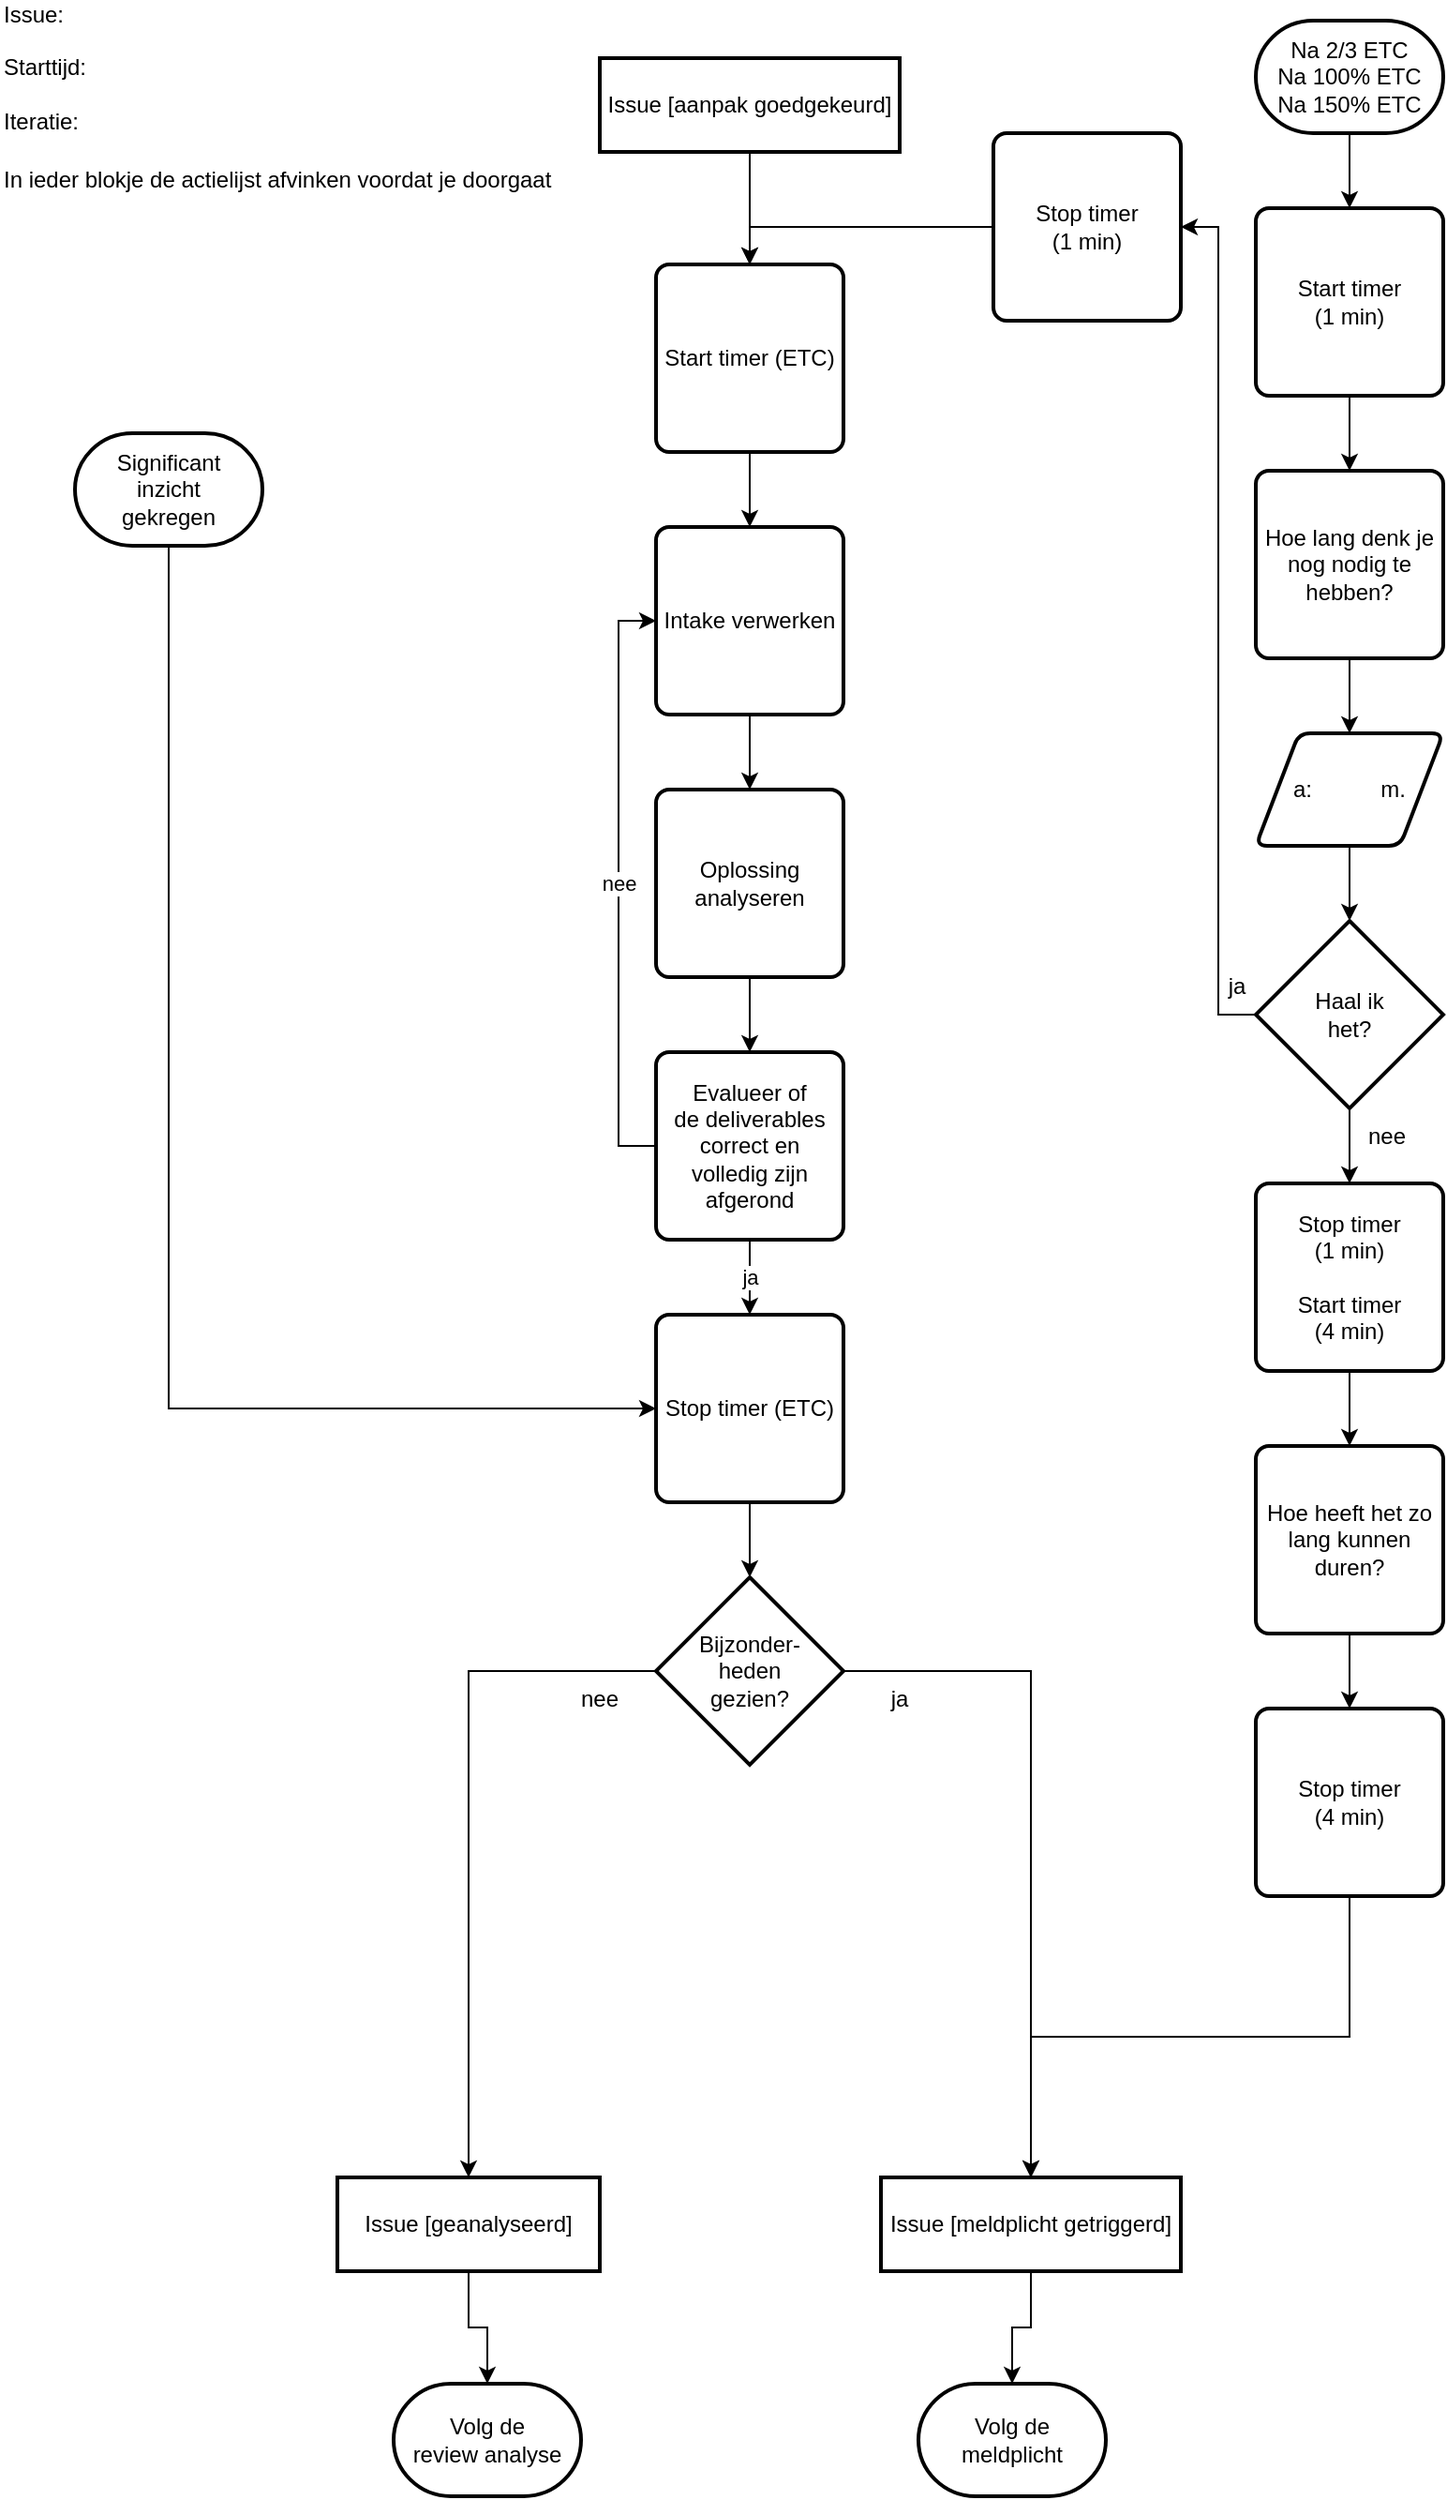
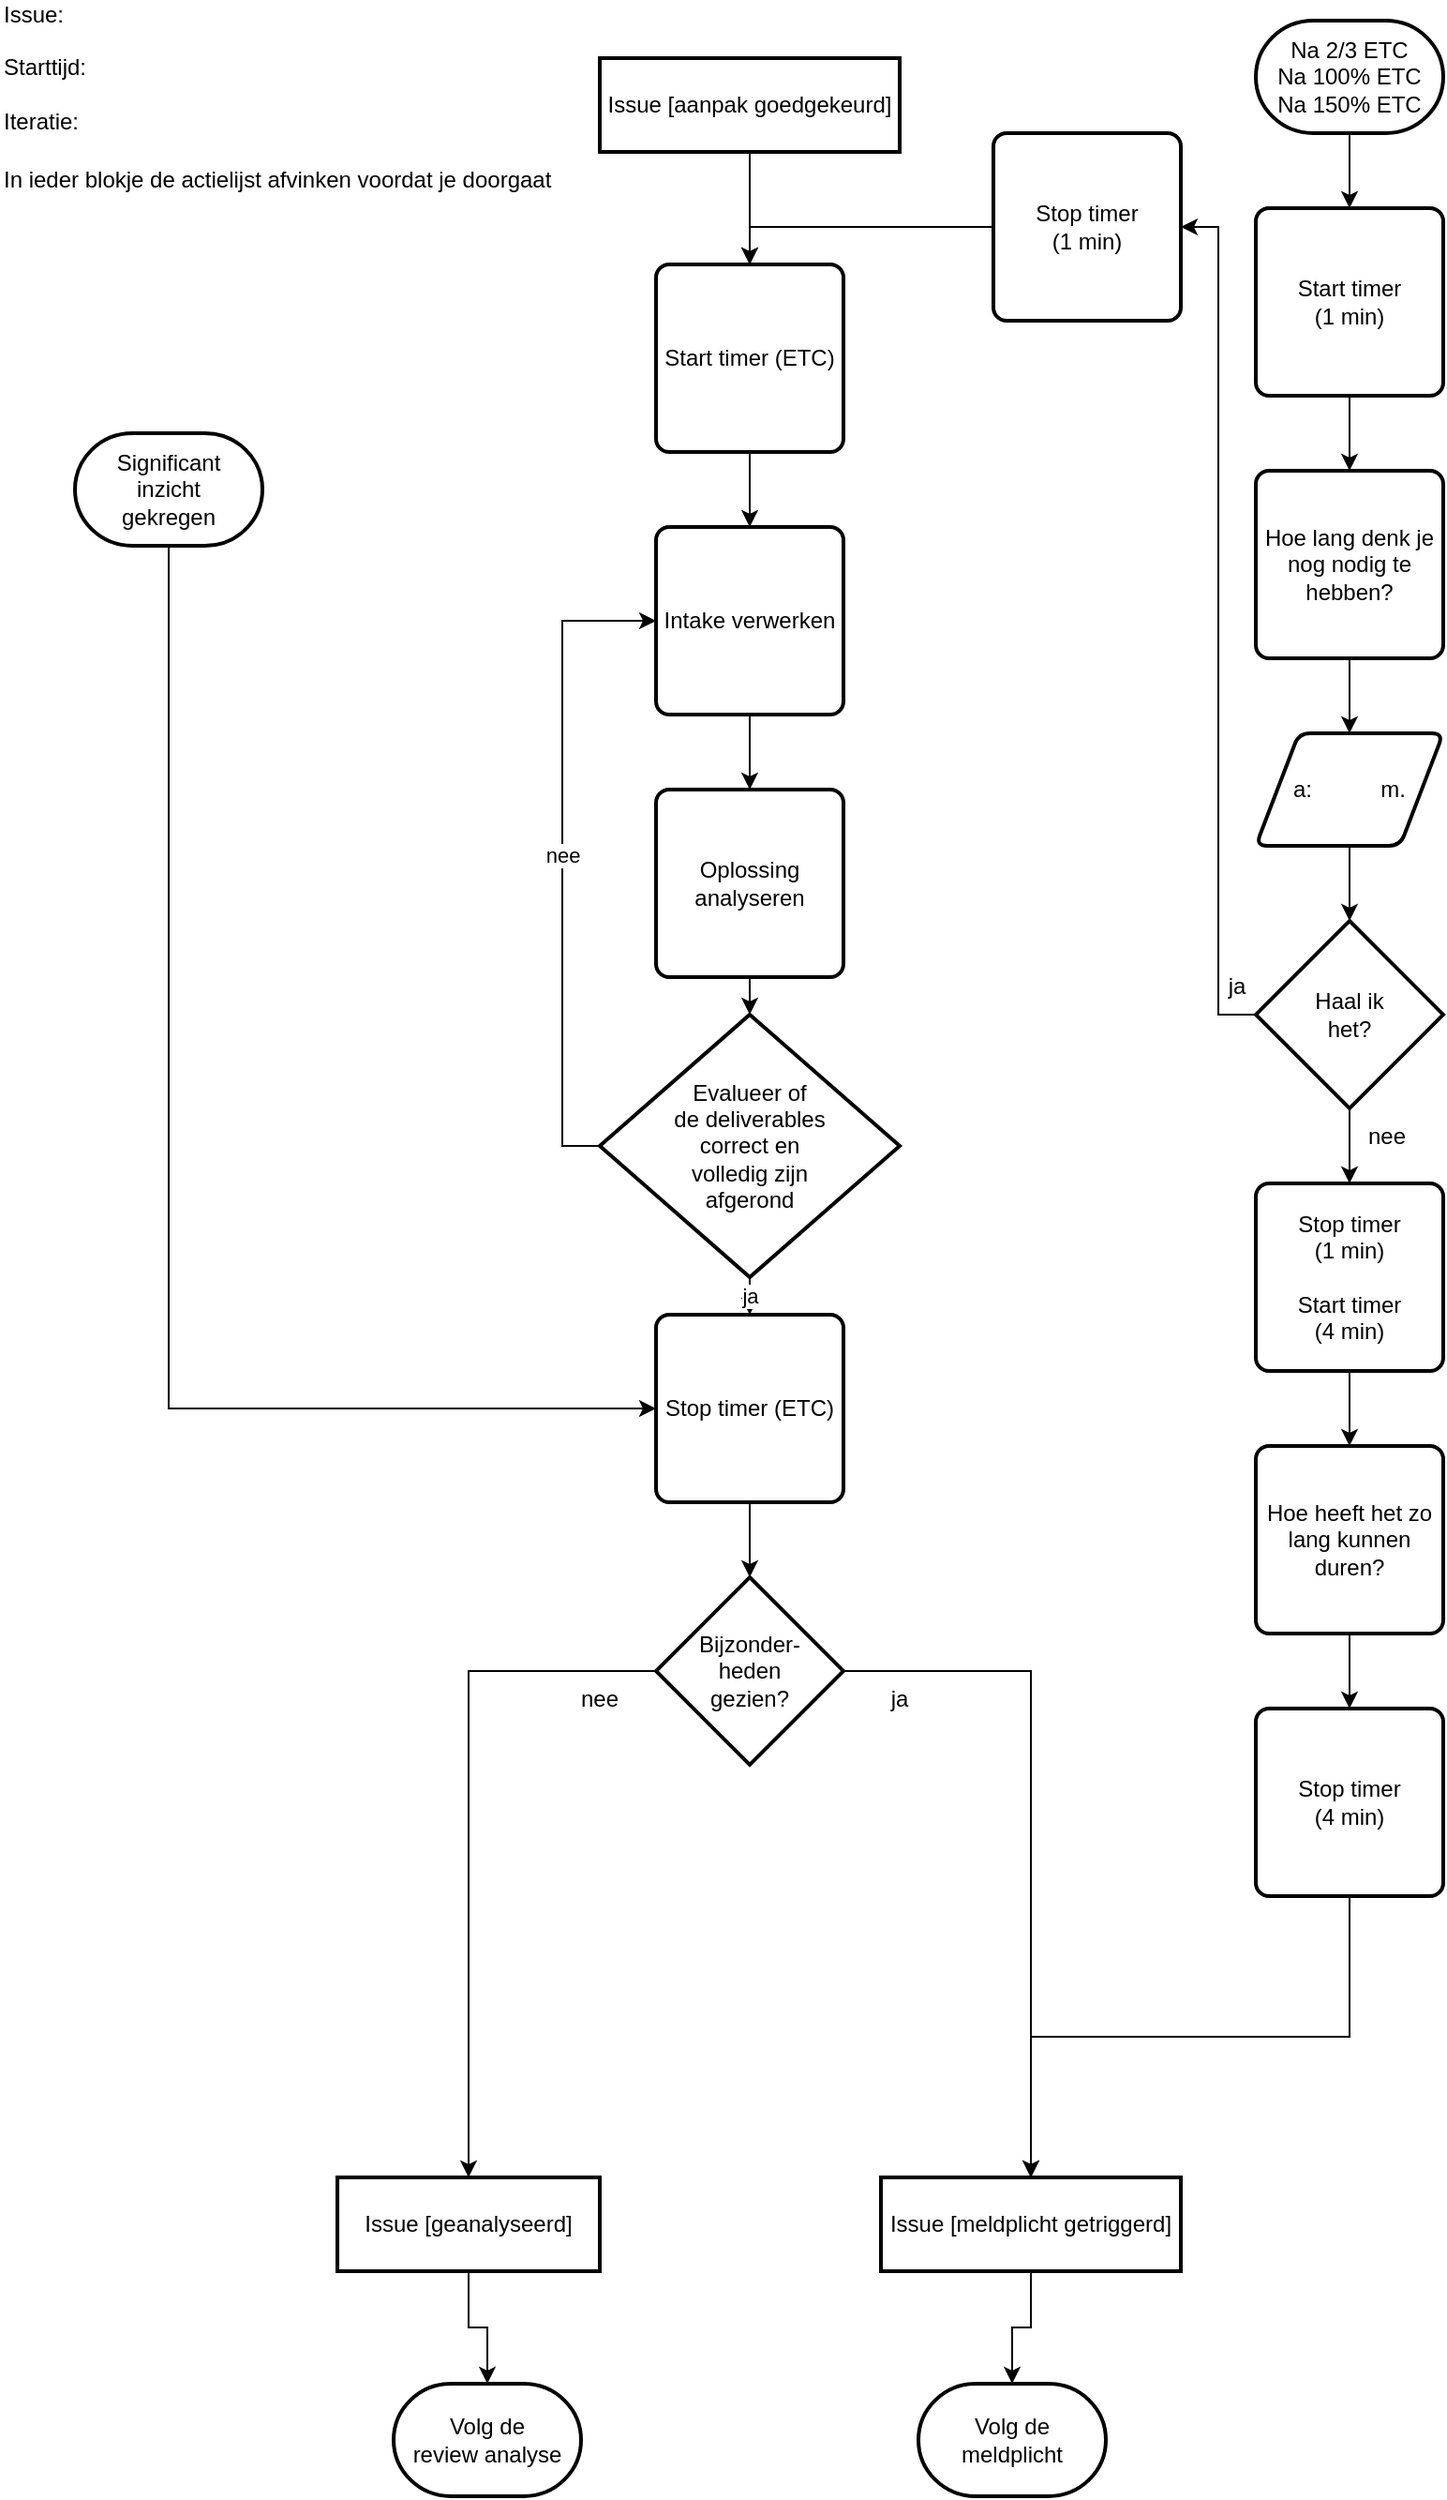
<mxfile host="Electron" agent="Mozilla/5.0 (Windows NT 10.0; Win64; x64) AppleWebKit/537.36 (KHTML, like Gecko) Chrome/143.0.0.0 Safari/537.36">
  <diagram name="Page-1" id="N1ihbLb1V8zAQBHubTxZ">
    <mxGraphModel dx="842" dy="576" grid="1" gridSize="10" guides="1" tooltips="1" connect="1" arrows="1" fold="1" page="1" pageScale="1" pageWidth="827" pageHeight="1169" math="0" shadow="0">
      <root>
        <mxCell id="0" />
        <mxCell id="1" parent="0" />
        <mxCell id="XXgrilK3sBboaJHVpPJj-1" edge="1" parent="1" source="XXgrilK3sBboaJHVpPJj-2" style="edgeStyle=orthogonalEdgeStyle;rounded=0;orthogonalLoop=1;jettySize=auto;html=1;" target="XXgrilK3sBboaJHVpPJj-35" value="">
          <mxGeometry relative="1" as="geometry" />
        </mxCell>
        <object label="Issue [aanpak goedgekeurd]" Action="301" id="XXgrilK3sBboaJHVpPJj-2">
          <mxCell parent="1" style="rounded=0;whiteSpace=wrap;html=1;strokeWidth=2;" vertex="1">
            <mxGeometry height="50" width="160" x="330" y="40" as="geometry" />
          </mxCell>
        </object>
        <mxCell id="XXgrilK3sBboaJHVpPJj-3" edge="1" parent="1" source="XXgrilK3sBboaJHVpPJj-4" style="edgeStyle=orthogonalEdgeStyle;rounded=0;orthogonalLoop=1;jettySize=auto;html=1;" target="XXgrilK3sBboaJHVpPJj-37" value="ja">
          <mxGeometry relative="1" as="geometry" />
        </mxCell>
        <mxCell id="XXgrilK3sBboaJHVpPJj-4_nee" edge="1" parent="1" source="XXgrilK3sBboaJHVpPJj-4" style="edgeStyle=orthogonalEdgeStyle;rounded=0;orthogonalLoop=1;jettySize=auto;html=1;exitX=0;exitY=0.5;exitDx=0;exitDy=0;entryX=0;entryY=0.5;entryDx=0;entryDy=0;" target="XXgrilK3sBboaJHVpPJj-28" value="nee">
          <mxGeometry relative="1" as="geometry" />
        </mxCell>
        <object label="Evalueer of&lt;br&gt;de deliverables&lt;br&gt;correct en&lt;br&gt;volledig zijn&lt;br&gt;afgerond" Action="305" id="XXgrilK3sBboaJHVpPJj-4">
-           <mxCell parent="1" style="rounded=1;whiteSpace=wrap;html=1;absoluteArcSize=1;arcSize=14;strokeWidth=2;" vertex="1">
-             <mxGeometry height="100" width="100" x="360" y="570" as="geometry" />
+           <mxCell parent="1" style="strokeWidth=2;html=1;shape=mxgraph.flowchart.decision;whiteSpace=wrap;" vertex="1">
+             <mxGeometry height="140" width="160" x="330" y="550" as="geometry" />
          </mxCell>
        </object>
        <object label="Volg de&lt;br&gt;review analyse" Action="307T" id="XXgrilK3sBboaJHVpPJj-5">
          <mxCell parent="1" style="strokeWidth=2;html=1;shape=mxgraph.flowchart.terminator;whiteSpace=wrap;" vertex="1">
            <mxGeometry height="60" width="100" x="220" y="1280" as="geometry" />
          </mxCell>
        </object>
        <mxCell id="XXgrilK3sBboaJHVpPJj-6" edge="1" parent="1" source="XXgrilK3sBboaJHVpPJj-7" style="edgeStyle=orthogonalEdgeStyle;rounded=0;orthogonalLoop=1;jettySize=auto;html=1;exitX=0.5;exitY=1;exitDx=0;exitDy=0;exitPerimeter=0;entryX=0;entryY=0.5;entryDx=0;entryDy=0;" target="XXgrilK3sBboaJHVpPJj-37">
          <mxGeometry relative="1" as="geometry" />
        </mxCell>
        <object label="Significant&lt;br&gt;inzicht&lt;br&gt;gekregen" Action="315" id="XXgrilK3sBboaJHVpPJj-7">
          <mxCell parent="1" style="strokeWidth=2;html=1;shape=mxgraph.flowchart.terminator;whiteSpace=wrap;" vertex="1">
            <mxGeometry height="60" width="100" x="50" y="240" as="geometry" />
          </mxCell>
        </object>
        <mxCell id="XXgrilK3sBboaJHVpPJj-8" edge="1" parent="1" source="XXgrilK3sBboaJHVpPJj-9" style="edgeStyle=orthogonalEdgeStyle;rounded=0;orthogonalLoop=1;jettySize=auto;html=1;" target="XXgrilK3sBboaJHVpPJj-11" value="">
          <mxGeometry relative="1" as="geometry" />
        </mxCell>
        <object label="Na 2/3 ETC&lt;br&gt;Na 100% ETC&lt;br&gt;Na 150% ETC" Action="308" id="XXgrilK3sBboaJHVpPJj-9">
          <mxCell parent="1" style="strokeWidth=2;html=1;shape=mxgraph.flowchart.terminator;whiteSpace=wrap;" vertex="1">
            <mxGeometry height="60" width="100" x="680" y="20" as="geometry" />
          </mxCell>
        </object>
        <mxCell id="XXgrilK3sBboaJHVpPJj-10" edge="1" parent="1" source="XXgrilK3sBboaJHVpPJj-11" style="edgeStyle=orthogonalEdgeStyle;rounded=0;orthogonalLoop=1;jettySize=auto;html=1;" target="XXgrilK3sBboaJHVpPJj-13" value="">
          <mxGeometry relative="1" as="geometry" />
        </mxCell>
        <object label="Start timer&lt;br&gt;(1 min)" Action="309" id="XXgrilK3sBboaJHVpPJj-11">
          <mxCell parent="1" style="rounded=1;whiteSpace=wrap;html=1;absoluteArcSize=1;arcSize=14;strokeWidth=2;" vertex="1">
            <mxGeometry height="100" width="100" x="680" y="120" as="geometry" />
          </mxCell>
        </object>
        <mxCell id="XXgrilK3sBboaJHVpPJj-12" edge="1" parent="1" source="XXgrilK3sBboaJHVpPJj-13" style="edgeStyle=orthogonalEdgeStyle;rounded=0;orthogonalLoop=1;jettySize=auto;html=1;" target="XXgrilK3sBboaJHVpPJj-30" value="">
          <mxGeometry relative="1" as="geometry" />
        </mxCell>
        <object label="Hoe lang denk je nog nodig te hebben?" Action="310" id="XXgrilK3sBboaJHVpPJj-13">
          <mxCell parent="1" style="rounded=1;whiteSpace=wrap;html=1;absoluteArcSize=1;arcSize=14;strokeWidth=2;" vertex="1">
            <mxGeometry height="100" width="100" x="680" y="260" as="geometry" />
          </mxCell>
        </object>
        <mxCell id="XXgrilK3sBboaJHVpPJj-14" edge="1" parent="1" source="XXgrilK3sBboaJHVpPJj-16" style="edgeStyle=orthogonalEdgeStyle;rounded=0;orthogonalLoop=1;jettySize=auto;html=1;exitX=0;exitY=0.5;exitDx=0;exitDy=0;exitPerimeter=0;entryX=1;entryY=0.5;entryDx=0;entryDy=0;" target="XXgrilK3sBboaJHVpPJj-18">
          <mxGeometry relative="1" as="geometry" />
        </mxCell>
        <mxCell id="XXgrilK3sBboaJHVpPJj-15" edge="1" parent="1" source="XXgrilK3sBboaJHVpPJj-16" style="edgeStyle=orthogonalEdgeStyle;rounded=0;orthogonalLoop=1;jettySize=auto;html=1;exitX=0.5;exitY=1;exitDx=0;exitDy=0;exitPerimeter=0;entryX=0.5;entryY=0;entryDx=0;entryDy=0;" target="XXgrilK3sBboaJHVpPJj-22">
          <mxGeometry relative="1" as="geometry" />
        </mxCell>
        <object label="Haal ik&lt;br&gt;het?" Action="312" id="XXgrilK3sBboaJHVpPJj-16">
          <mxCell parent="1" style="strokeWidth=2;html=1;shape=mxgraph.flowchart.decision;whiteSpace=wrap;" vertex="1">
            <mxGeometry height="100" width="100" x="680" y="500" as="geometry" />
          </mxCell>
        </object>
        <mxCell id="XXgrilK3sBboaJHVpPJj-17" edge="1" parent="1" source="XXgrilK3sBboaJHVpPJj-18" style="edgeStyle=orthogonalEdgeStyle;rounded=0;orthogonalLoop=1;jettySize=auto;html=1;exitX=0;exitY=0.5;exitDx=0;exitDy=0;entryX=0.5;entryY=0;entryDx=0;entryDy=0;" target="XXgrilK3sBboaJHVpPJj-35">
          <mxGeometry relative="1" as="geometry" />
        </mxCell>
        <object label="Stop timer&lt;br&gt;(1 min)" Action="312T" id="XXgrilK3sBboaJHVpPJj-18">
          <mxCell parent="1" style="rounded=1;whiteSpace=wrap;html=1;absoluteArcSize=1;arcSize=14;strokeWidth=2;" vertex="1">
            <mxGeometry height="100" width="100" x="540" y="80" as="geometry" />
          </mxCell>
        </object>
        <mxCell id="XXgrilK3sBboaJHVpPJj-19" parent="1" style="text;html=1;whiteSpace=wrap;strokeColor=none;fillColor=none;align=center;verticalAlign=middle;rounded=0;" value="ja" vertex="1">
          <mxGeometry height="30" width="60" x="640" y="520" as="geometry" />
        </mxCell>
        <mxCell id="XXgrilK3sBboaJHVpPJj-20" parent="1" style="text;html=1;whiteSpace=wrap;strokeColor=none;fillColor=none;align=center;verticalAlign=middle;rounded=0;" value="nee" vertex="1">
          <mxGeometry height="30" width="60" x="720" y="600" as="geometry" />
        </mxCell>
        <mxCell id="XXgrilK3sBboaJHVpPJj-21" edge="1" parent="1" source="XXgrilK3sBboaJHVpPJj-22" style="edgeStyle=orthogonalEdgeStyle;rounded=0;orthogonalLoop=1;jettySize=auto;html=1;" target="XXgrilK3sBboaJHVpPJj-24" value="">
          <mxGeometry relative="1" as="geometry" />
        </mxCell>
        <object label="Stop timer&lt;br&gt;(1 min)&lt;br&gt;&lt;br&gt;Start timer&lt;br&gt;(4 min)" Action="312F" id="XXgrilK3sBboaJHVpPJj-22">
          <mxCell parent="1" style="rounded=1;whiteSpace=wrap;html=1;absoluteArcSize=1;arcSize=14;strokeWidth=2;" vertex="1">
            <mxGeometry height="100" width="100" x="680" y="640" as="geometry" />
          </mxCell>
        </object>
        <mxCell id="XXgrilK3sBboaJHVpPJj-23" edge="1" parent="1" source="XXgrilK3sBboaJHVpPJj-24" style="edgeStyle=orthogonalEdgeStyle;rounded=0;orthogonalLoop=1;jettySize=auto;html=1;" target="XXgrilK3sBboaJHVpPJj-32" value="">
          <mxGeometry relative="1" as="geometry" />
        </mxCell>
        <object label="Hoe heeft het zo lang kunnen duren?" Action="313" id="XXgrilK3sBboaJHVpPJj-24">
          <mxCell parent="1" style="rounded=1;whiteSpace=wrap;html=1;absoluteArcSize=1;arcSize=14;strokeWidth=2;" vertex="1">
            <mxGeometry height="100" width="100" x="680" y="780" as="geometry" />
          </mxCell>
        </object>
        <mxCell id="XXgrilK3sBboaJHVpPJj-25" edge="1" parent="1" source="XXgrilK3sBboaJHVpPJj-26" style="edgeStyle=orthogonalEdgeStyle;rounded=0;orthogonalLoop=1;jettySize=auto;html=1;exitX=0.5;exitY=1;exitDx=0;exitDy=0;entryX=0.5;entryY=0;entryDx=0;entryDy=0;" target="XXgrilK3sBboaJHVpPJj-4">
          <mxGeometry relative="1" as="geometry" />
        </mxCell>
        <object label="Oplossing analyseren" Action="304" id="XXgrilK3sBboaJHVpPJj-26">
          <mxCell parent="1" style="rounded=1;whiteSpace=wrap;html=1;absoluteArcSize=1;arcSize=14;strokeWidth=2;" vertex="1">
            <mxGeometry height="100" width="100" x="360" y="430" as="geometry" />
          </mxCell>
        </object>
        <mxCell id="XXgrilK3sBboaJHVpPJj-27" edge="1" parent="1" source="XXgrilK3sBboaJHVpPJj-28" style="edgeStyle=orthogonalEdgeStyle;rounded=0;orthogonalLoop=1;jettySize=auto;html=1;exitX=0.5;exitY=1;exitDx=0;exitDy=0;entryX=0.5;entryY=0;entryDx=0;entryDy=0;" target="XXgrilK3sBboaJHVpPJj-26">
          <mxGeometry relative="1" as="geometry" />
        </mxCell>
        <object label="Intake verwerken" Action="303" id="XXgrilK3sBboaJHVpPJj-28">
          <mxCell parent="1" style="rounded=1;whiteSpace=wrap;html=1;absoluteArcSize=1;arcSize=14;strokeWidth=2;" vertex="1">
            <mxGeometry height="100" width="100" x="360" y="290" as="geometry" />
          </mxCell>
        </object>
        <mxCell id="XXgrilK3sBboaJHVpPJj-29" parent="1" style="text;html=1;align=left;verticalAlign=middle;whiteSpace=wrap;rounded=0;" value="Issue:&amp;nbsp; &amp;nbsp;&lt;br&gt;&lt;br&gt;Starttijd:&lt;br&gt;&lt;br&gt;Iteratie:&amp;nbsp;" vertex="1">
          <mxGeometry height="30" width="60" x="10" y="30" as="geometry" />
        </mxCell>
        <object label="a:&amp;nbsp; &amp;nbsp; &amp;nbsp; &amp;nbsp; &amp;nbsp; &amp;nbsp;m." Action="311" id="XXgrilK3sBboaJHVpPJj-30">
          <mxCell parent="1" style="shape=parallelogram;html=1;strokeWidth=2;perimeter=parallelogramPerimeter;whiteSpace=wrap;rounded=1;arcSize=12;size=0.23;" vertex="1">
            <mxGeometry height="60" width="100" x="680" y="400" as="geometry" />
          </mxCell>
        </object>
        <mxCell id="XXgrilK3sBboaJHVpPJj-31" edge="1" parent="1" source="XXgrilK3sBboaJHVpPJj-30" style="edgeStyle=orthogonalEdgeStyle;rounded=0;orthogonalLoop=1;jettySize=auto;html=1;exitX=0.5;exitY=1;exitDx=0;exitDy=0;entryX=0.5;entryY=0;entryDx=0;entryDy=0;entryPerimeter=0;" target="XXgrilK3sBboaJHVpPJj-16">
          <mxGeometry relative="1" as="geometry" />
        </mxCell>
        <object label="Stop timer&lt;br&gt;(4 min)" Action="314" id="XXgrilK3sBboaJHVpPJj-32">
          <mxCell parent="1" style="rounded=1;whiteSpace=wrap;html=1;absoluteArcSize=1;arcSize=14;strokeWidth=2;" vertex="1">
            <mxGeometry height="100" width="100" x="680" y="920" as="geometry" />
          </mxCell>
        </object>
        <mxCell id="XXgrilK3sBboaJHVpPJj-33" parent="1" style="text;html=1;whiteSpace=wrap;strokeColor=none;fillColor=none;align=left;verticalAlign=middle;rounded=0;labelPosition=center;verticalLabelPosition=middle;" value="In ieder blokje de actielijst afvinken voordat je doorgaat" vertex="1">
          <mxGeometry height="30" width="300" x="10" y="90" as="geometry" />
        </mxCell>
        <mxCell id="XXgrilK3sBboaJHVpPJj-34" edge="1" parent="1" source="XXgrilK3sBboaJHVpPJj-35" style="edgeStyle=orthogonalEdgeStyle;rounded=0;orthogonalLoop=1;jettySize=auto;html=1;" target="XXgrilK3sBboaJHVpPJj-28" value="">
          <mxGeometry relative="1" as="geometry" />
        </mxCell>
        <object label="&lt;font&gt;Start timer (ETC)&lt;/font&gt;" Action="302" id="XXgrilK3sBboaJHVpPJj-35">
          <mxCell parent="1" style="rounded=1;whiteSpace=wrap;html=1;absoluteArcSize=1;arcSize=14;strokeWidth=2;" vertex="1">
            <mxGeometry height="100" width="100" x="360" y="150" as="geometry" />
          </mxCell>
        </object>
        <mxCell id="XXgrilK3sBboaJHVpPJj-36" edge="1" parent="1" source="XXgrilK3sBboaJHVpPJj-37" style="edgeStyle=orthogonalEdgeStyle;rounded=0;orthogonalLoop=1;jettySize=auto;html=1;" target="XXgrilK3sBboaJHVpPJj-39" value="">
          <mxGeometry relative="1" as="geometry" />
        </mxCell>
        <object label="Stop timer (ETC)" Action="306" id="XXgrilK3sBboaJHVpPJj-37">
          <mxCell parent="1" style="rounded=1;whiteSpace=wrap;html=1;absoluteArcSize=1;arcSize=14;strokeWidth=2;" vertex="1">
            <mxGeometry height="100" width="100" x="360" y="710" as="geometry" />
          </mxCell>
        </object>
        <object label="Volg de&lt;br&gt;meldplicht" Action="307F" id="XXgrilK3sBboaJHVpPJj-38">
          <mxCell parent="1" style="strokeWidth=2;html=1;shape=mxgraph.flowchart.terminator;whiteSpace=wrap;" vertex="1">
            <mxGeometry height="60" width="100" x="500" y="1280" as="geometry" />
          </mxCell>
        </object>
        <object label="Bijzonder-&lt;br&gt;heden&lt;br&gt;gezien?" Action="307" id="XXgrilK3sBboaJHVpPJj-39">
          <mxCell parent="1" style="strokeWidth=2;html=1;shape=mxgraph.flowchart.decision;whiteSpace=wrap;" vertex="1">
            <mxGeometry height="100" width="100" x="360" y="850" as="geometry" />
          </mxCell>
        </object>
        <mxCell id="XXgrilK3sBboaJHVpPJj-40" parent="1" style="text;html=1;whiteSpace=wrap;strokeColor=none;fillColor=none;align=center;verticalAlign=middle;rounded=0;" value="nee" vertex="1">
          <mxGeometry height="30" width="60" x="300" y="900" as="geometry" />
        </mxCell>
        <mxCell id="XXgrilK3sBboaJHVpPJj-41" parent="1" style="text;html=1;whiteSpace=wrap;strokeColor=none;fillColor=none;align=center;verticalAlign=middle;rounded=0;" value="ja" vertex="1">
          <mxGeometry height="30" width="60" x="460" y="900" as="geometry" />
        </mxCell>
        <mxCell id="XXgrilK3sBboaJHVpPJj-42" edge="1" parent="1" source="XXgrilK3sBboaJHVpPJj-32" style="edgeStyle=orthogonalEdgeStyle;rounded=0;orthogonalLoop=1;jettySize=auto;html=1;exitX=0.5;exitY=1;exitDx=0;exitDy=0;entryX=0.5;entryY=0;entryDx=0;entryDy=0;" target="object_analyse_meldplicht">
          <mxGeometry relative="1" as="geometry" />
        </mxCell>
        <mxCell id="XXgrilK3sBboaJHVpPJj-43" edge="1" parent="1" source="XXgrilK3sBboaJHVpPJj-39" style="edgeStyle=orthogonalEdgeStyle;rounded=0;orthogonalLoop=1;jettySize=auto;html=1;exitX=1;exitY=0.5;exitDx=0;exitDy=0;exitPerimeter=0;entryX=0.5;entryY=0;entryDx=0;entryDy=0;" target="object_analyse_meldplicht">
          <mxGeometry relative="1" as="geometry" />
        </mxCell>
        <mxCell id="XXgrilK3sBboaJHVpPJj-44" edge="1" parent="1" source="XXgrilK3sBboaJHVpPJj-39" style="edgeStyle=orthogonalEdgeStyle;rounded=0;orthogonalLoop=1;jettySize=auto;html=1;exitX=0;exitY=0.5;exitDx=0;exitDy=0;exitPerimeter=0;entryX=0.5;entryY=0;entryDx=0;entryDy=0;" target="object_analyse_voltooid">
          <mxGeometry relative="1" as="geometry" />
        </mxCell>
        <object label="Issue [geanalyseerd]" id="object_analyse_voltooid">
          <mxCell parent="1" style="rounded=0;whiteSpace=wrap;html=1;strokeWidth=2;" vertex="1">
            <mxGeometry height="50" width="140" x="190" y="1170" as="geometry" />
          </mxCell>
        </object>
        <mxCell id="edge_analyse_voltooid_to_terminator" edge="1" parent="1" source="object_analyse_voltooid" style="edgeStyle=orthogonalEdgeStyle;rounded=0;orthogonalLoop=1;jettySize=auto;html=1;" target="XXgrilK3sBboaJHVpPJj-5" value="">
          <mxGeometry relative="1" as="geometry" />
        </mxCell>
        <object label="Issue [meldplicht getriggerd]" id="object_analyse_meldplicht">
          <mxCell parent="1" style="rounded=0;whiteSpace=wrap;html=1;strokeWidth=2;" vertex="1">
            <mxGeometry height="50" width="160" x="480" y="1170" as="geometry" />
          </mxCell>
        </object>
        <mxCell id="edge_analyse_meldplicht_to_terminator" edge="1" parent="1" source="object_analyse_meldplicht" style="edgeStyle=orthogonalEdgeStyle;rounded=0;orthogonalLoop=1;jettySize=auto;html=1;" target="XXgrilK3sBboaJHVpPJj-38" value="">
          <mxGeometry relative="1" as="geometry" />
        </mxCell>
      </root>
    </mxGraphModel>
  </diagram>
</mxfile>
